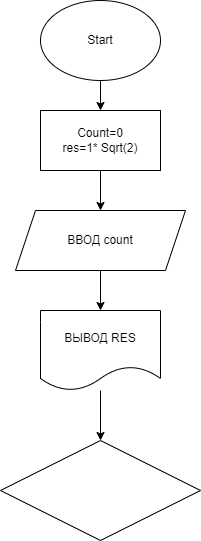
Alexandrkudryash/practice_temp-2022-07-16 keeps this draw.io diagram as ex000.drawio.png. Above is the earlier version. Source tidied: cells renumbered, new cells last; positions are measured from the earlier drawing's top-left corner, leaving out a move shared by most shapes. Source of this version:
```xml
<mxGraphModel>
  <root>
    <mxCell id="0" />
    <mxCell id="1" parent="0" />
    <mxCell id="2" style="edgeStyle=none;html=1;" parent="1" edge="1" source="3" target="5">
      <mxGeometry relative="1" as="geometry" />
    </mxCell>
    <mxCell id="3" value="Start" style="ellipse;whiteSpace=wrap;html=1;" parent="1" vertex="1">
      <mxGeometry x="40" width="120" height="80" as="geometry" />
    </mxCell>
    <mxCell id="4" style="edgeStyle=none;html=1;" parent="1" edge="1" source="5" target="7">
      <mxGeometry relative="1" as="geometry" />
    </mxCell>
    <mxCell id="5" value="Count=0&lt;br&gt;res=1* Sqrt(2)" style="whiteSpace=wrap;html=1;" parent="1" vertex="1">
      <mxGeometry x="40" y="110" width="120" height="60" as="geometry" />
    </mxCell>
    <mxCell id="6" style="edgeStyle=none;html=1;" parent="1" edge="1" source="7" target="9">
      <mxGeometry relative="1" as="geometry" />
    </mxCell>
    <mxCell id="7" value="ВВОД count" style="shape=parallelogram;perimeter=parallelogramPerimeter;whiteSpace=wrap;html=1;fixedSize=1;" parent="1" vertex="1">
      <mxGeometry x="15" y="210" width="170" height="60" as="geometry" />
    </mxCell>
    <mxCell id="8" style="edgeStyle=none;html=1;" parent="1" edge="1" source="9" target="10">
      <mxGeometry relative="1" as="geometry" />
    </mxCell>
    <mxCell id="9" value="ВЫВОД RES" style="shape=document;whiteSpace=wrap;html=1;boundedLbl=1;" parent="1" vertex="1">
      <mxGeometry x="40" y="310" width="120" height="80" as="geometry" />
    </mxCell>
    <mxCell id="10" style="rhombus;whiteSpace=wrap;html=1;" parent="1" vertex="1">
      <mxGeometry y="440" width="200" height="100" as="geometry" />
    </mxCell>
  </root>
</mxGraphModel>
```
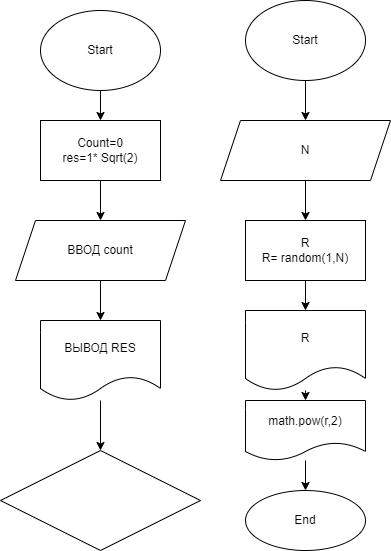
Later version of the same file.

Commit message:
merged both sheets to one sheet

:# Please enter the commit message for your changes. Lines starting

The edit, as a diff of the source:
```diff
@@ -29,5 +29,38 @@
     <mxCell id="10" style="rhombus;whiteSpace=wrap;html=1;" parent="1" vertex="1">
       <mxGeometry y="440" width="200" height="100" as="geometry" />
     </mxCell>
+    <mxCell id="11" style="edgeStyle=none;html=1;" parent="1" edge="1" source="12" target="14">
+      <mxGeometry relative="1" as="geometry" />
+    </mxCell>
+    <mxCell id="12" value="Start" style="ellipse;whiteSpace=wrap;html=1;" parent="1" vertex="1">
+      <mxGeometry x="245" y="-10" width="120" height="80" as="geometry" />
+    </mxCell>
+    <mxCell id="13" style="edgeStyle=none;html=1;" parent="1" edge="1" source="14" target="16">
+      <mxGeometry relative="1" as="geometry" />
+    </mxCell>
+    <mxCell id="14" value="N" style="shape=parallelogram;perimeter=parallelogramPerimeter;whiteSpace=wrap;html=1;fixedSize=1;" parent="1" vertex="1">
+      <mxGeometry x="220" y="110" width="170" height="60" as="geometry" />
+    </mxCell>
+    <mxCell id="15" style="edgeStyle=none;html=1;" parent="1" edge="1" source="16" target="18">
+      <mxGeometry relative="1" as="geometry" />
+    </mxCell>
+    <mxCell id="16" value="R&lt;br&gt;R= random(1,N)" style="whiteSpace=wrap;html=1;" parent="1" vertex="1">
+      <mxGeometry x="245" y="210" width="120" height="60" as="geometry" />
+    </mxCell>
+    <mxCell id="17" style="edgeStyle=none;html=1;" parent="1" edge="1" source="18" target="20">
+      <mxGeometry relative="1" as="geometry" />
+    </mxCell>
+    <mxCell id="18" value="R" style="shape=document;whiteSpace=wrap;html=1;boundedLbl=1;" parent="1" vertex="1">
+      <mxGeometry x="245" y="300" width="120" height="80" as="geometry" />
+    </mxCell>
+    <mxCell id="19" style="edgeStyle=none;html=1;" parent="1" edge="1" source="20" target="21">
+      <mxGeometry relative="1" as="geometry" />
+    </mxCell>
+    <mxCell id="20" value="math.pow(r,2)" style="shape=document;whiteSpace=wrap;html=1;boundedLbl=1;" parent="1" vertex="1">
+      <mxGeometry x="245" y="390" width="120" height="60" as="geometry" />
+    </mxCell>
+    <mxCell id="21" value="End" style="ellipse;whiteSpace=wrap;html=1;" parent="1" vertex="1">
+      <mxGeometry x="245" y="480" width="120" height="60" as="geometry" />
+    </mxCell>
   </root>
 </mxGraphModel>
```
